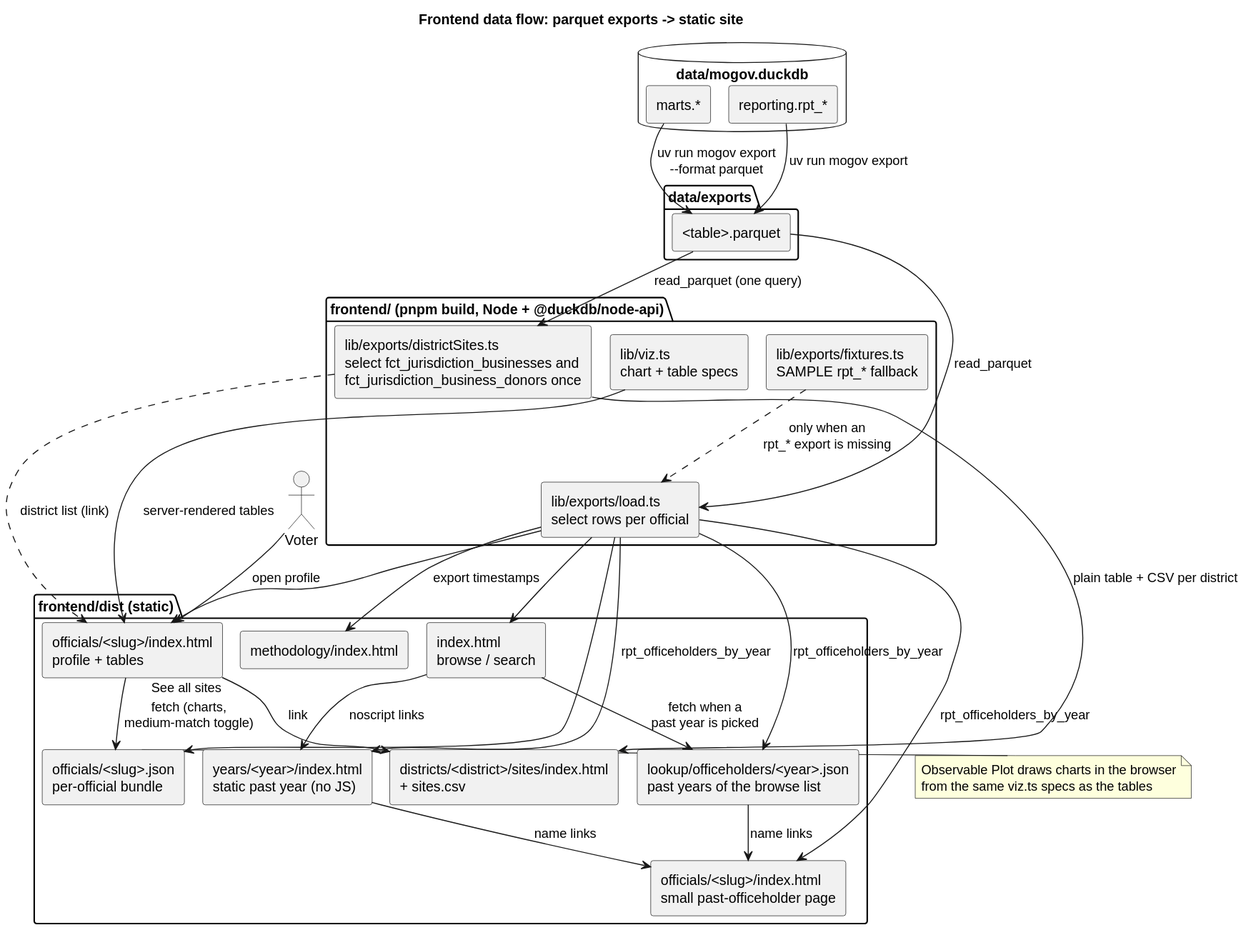
Above: docs/diagrams/frontend_data_flow.svg in akettmann/missouri_gov_feed (PlantUML), before the change. Its source is kept beside it as docs/diagrams/frontend_data_flow.puml.
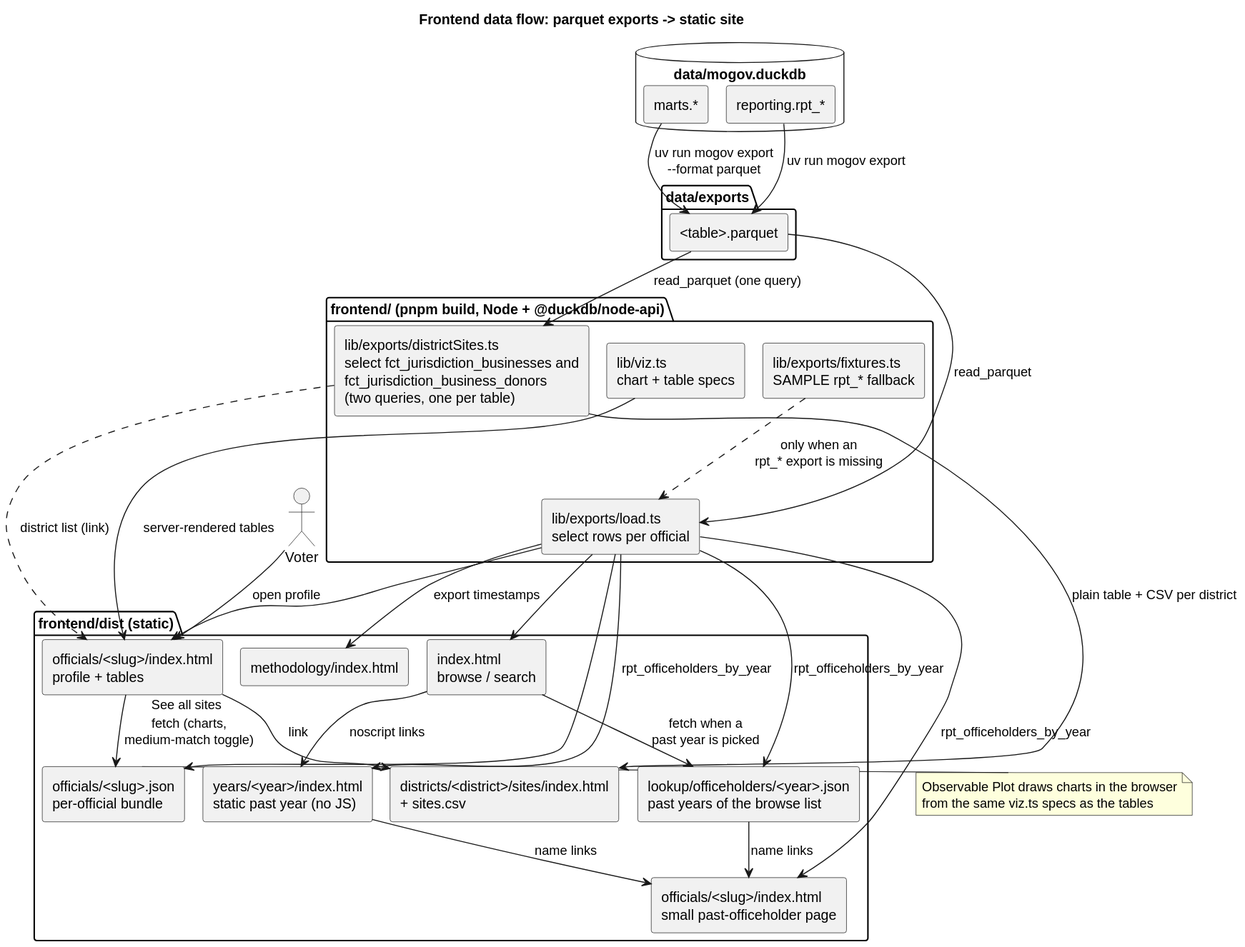
Above is the later version.

Diff of the diagram source:
```diff
@@ -14,7 +14,7 @@
 package "frontend/ (pnpm build, Node + @duckdb/node-api)" {
   [lib/exports/load.ts\nselect rows per official] as load
   [lib/exports/fixtures.ts\nSAMPLE rpt_* fallback] as fixtures
-  [lib/exports/districtSites.ts\nselect fct_jurisdiction_businesses and\nfct_jurisdiction_business_donors once] as dsites
+  [lib/exports/districtSites.ts\nselect fct_jurisdiction_businesses and\nfct_jurisdiction_business_donors\n(two queries, one per table)] as dsites
   [lib/viz.ts\nchart + table specs] as viz
 }
 
```
